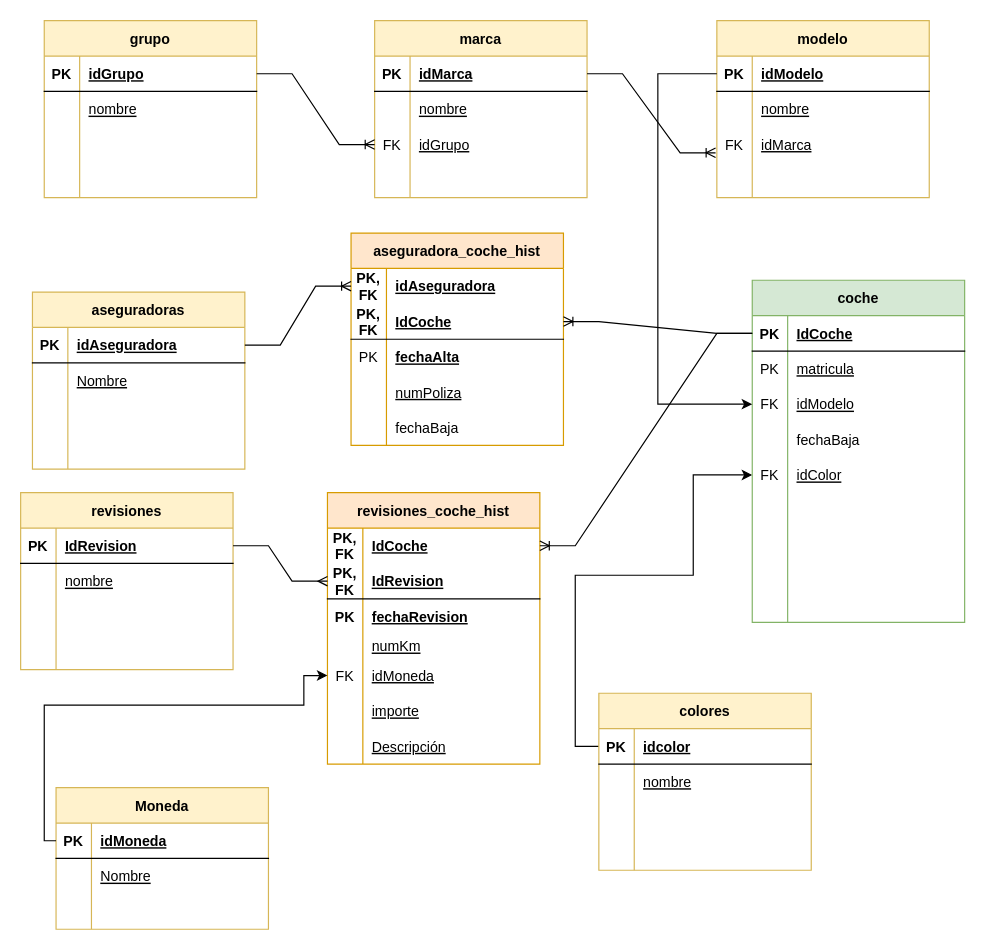
This is ModeloE-R.drawio from angelsainero/practicaSQL, a draw.io file, before an edit. Source tidied: cells renumbered, new cells numbered last; positions are measured from the earlier drawing's top-left corner, leaving out a move shared by most shapes. Both pictures are drawn from the tidied source at 118%, with x=0, y=0 at pixel (20, 20).
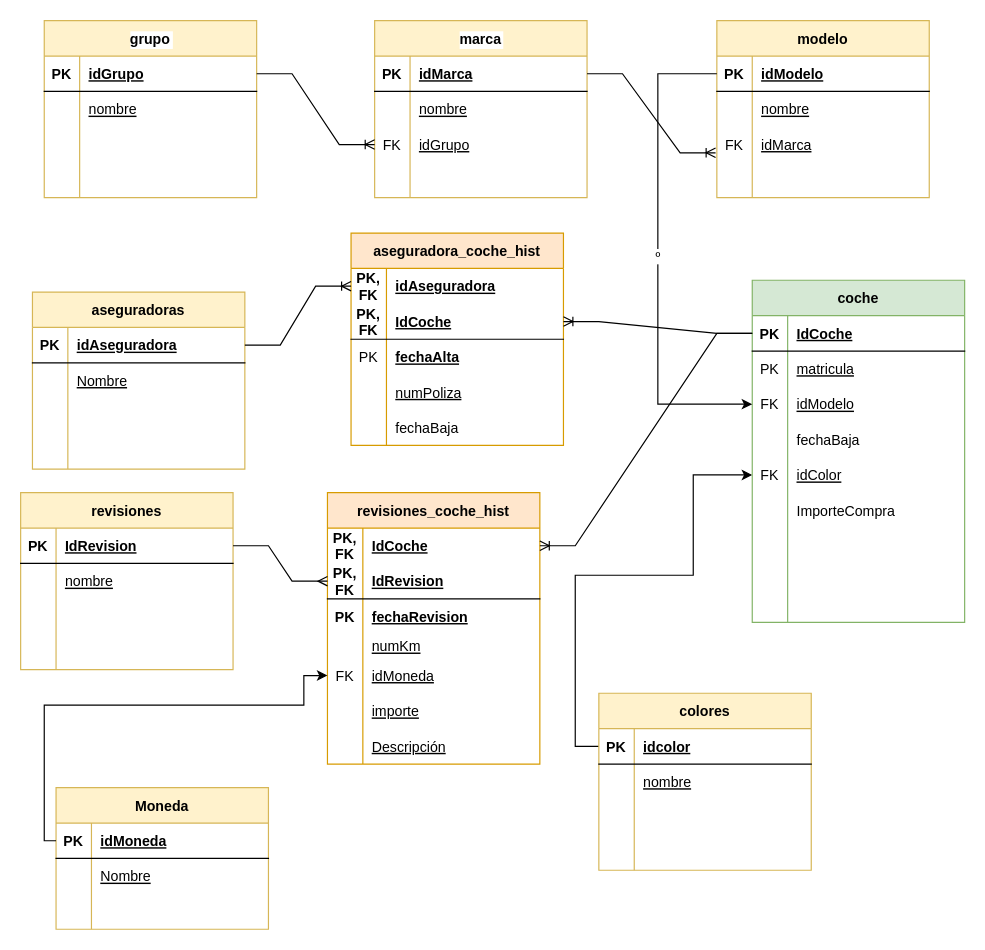
Above is the later version.

Commit message (it also covers changes not shown here):
se finaliza modelo er y se comienza script

Unchanged cells that the change refers to:
```xml
<mxCell id="29" style="shape=tableRow;horizontal=0;startSize=0;swimlaneHead=0;swimlaneBody=0;fillColor=none;points=[[0,0.5],[1,0.5]];portConstraint=eastwest;top=0;left=0;right=0;bottom=1;" parent="28" vertex="1">
  <mxGeometry y="30" width="180" height="30" as="geometry" />
</mxCell>
<mxCell id="77" style="shape=tableRow;horizontal=0;startSize=0;swimlaneHead=0;swimlaneBody=0;fillColor=none;points=[[0,0.5],[1,0.5]];portConstraint=eastwest;top=0;left=0;right=0;bottom=0;" parent="70" vertex="1">
  <mxGeometry y="90" width="180" height="30" as="geometry" />
</mxCell>
<mxCell id="86" style="shape=tableRow;horizontal=0;startSize=0;swimlaneHead=0;swimlaneBody=0;fillColor=none;top=0;left=0;right=0;bottom=0;" parent="70" vertex="1">
  <mxGeometry y="180" width="180" height="30" as="geometry" />
</mxCell>
```

The edit, as a diff of the source:
```diff
@@
-    <mxCell id="2" value="grupo" style="shape=table;startSize=30;childLayout=tableLayout;rowLines=0;fontStyle=1;align=center;fillColor=#fff2cc;strokeColor=#d6b656;" parent="1" vertex="1">
+    <mxCell id="2" value="grupo" style="shape=table;startSize=30;childLayout=tableLayout;rowLines=0;fontStyle=1;align=center;fillColor=#fff2cc;strokeColor=#d6b656;labelBackgroundColor=default;" parent="1" vertex="1">
       <mxGeometry x="20" width="180" height="150" as="geometry" />
     </mxCell>
@@
-    <mxCell id="15" value="marca" style="shape=table;startSize=30;childLayout=tableLayout;rowLines=0;fontStyle=1;align=center;fillColor=#fff2cc;strokeColor=#d6b656;" parent="1" vertex="1">
+    <mxCell id="15" value="marca" style="shape=table;startSize=30;childLayout=tableLayout;rowLines=0;fontStyle=1;align=center;fillColor=#fff2cc;strokeColor=#d6b656;labelBackgroundColor=default;" parent="1" vertex="1">
       <mxGeometry x="300" width="180" height="150" as="geometry" />
     </mxCell>
@@
-    <mxCell id="88" style="shape=partialRectangle;fillColor=none;top=0;left=0;bottom=0;right=0;align=left;spacingLeft=6;overflow=hidden;" parent="86" vertex="1">
+    <mxCell id="88" value="ImporteCompra" style="shape=partialRectangle;fillColor=none;top=0;left=0;bottom=0;right=0;align=left;spacingLeft=6;overflow=hidden;" parent="86" vertex="1">
       <mxGeometry x="30" width="150" height="30" as="geometry" />
     </mxCell>
@@
-    <mxCell id="98" style="edgeStyle=orthogonalEdgeStyle;rounded=0;jettySize=auto;html=1;entryX=0;entryY=0.5;entryDx=0;entryDy=0;exitX=0;exitY=0.5;exitDx=0;exitDy=0;" parent="1" edge="1" source="29" target="77">
+    <mxCell id="98" value="º" style="edgeStyle=orthogonalEdgeStyle;rounded=0;jettySize=auto;html=1;entryX=0;entryY=0.5;entryDx=0;entryDy=0;exitX=0;exitY=0.5;exitDx=0;exitDy=0;" parent="1" edge="1" source="29" target="77">
       <mxGeometry relative="1" as="geometry">
         <Array as="points">
           <mxPoint x="540" y="45" />
           <mxPoint x="540" y="325" />
           <mxPoint x="600" y="325" />
         </Array>
       </mxGeometry>
     </mxCell>
```
